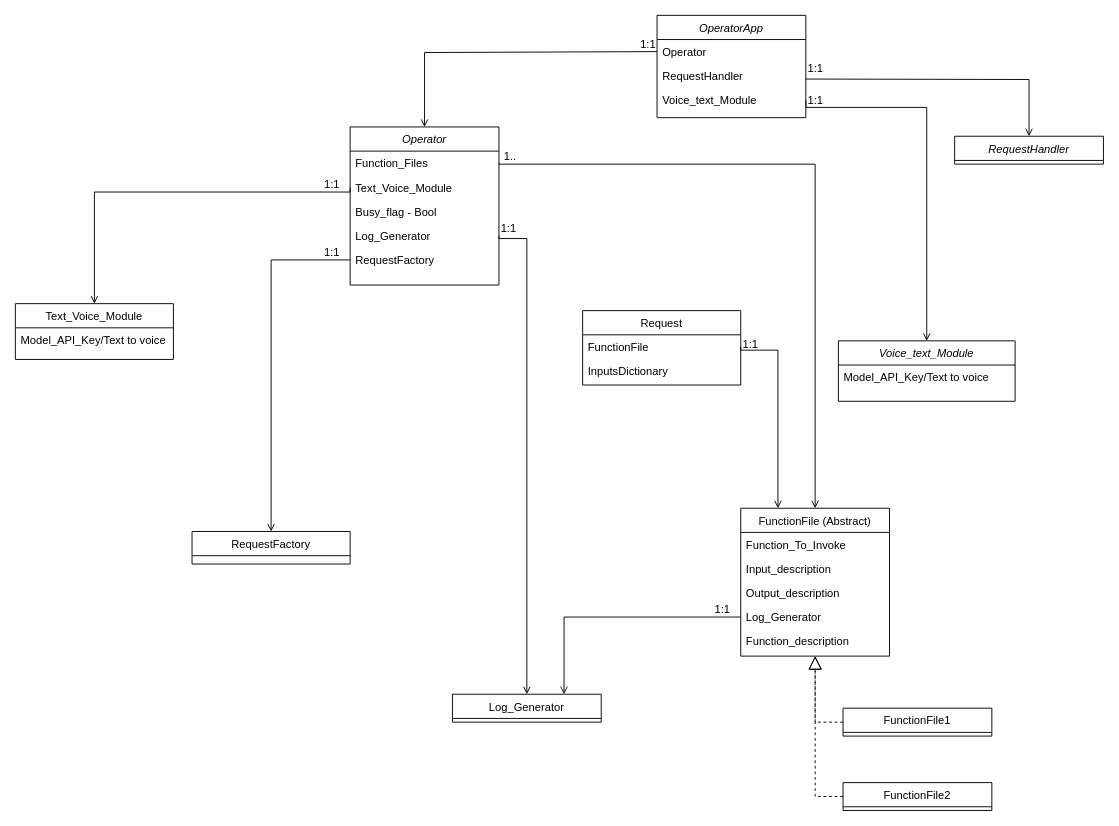
Above: Operator_class_diagram.drawio in HssainAzaqy135/Voice-Operator (draw.io), before the change. Source tidied: cells renumbered, new cells numbered last; positions are measured from the earlier drawing's top-left corner, leaving out a move shared by most shapes. Both pictures are drawn from the tidied source at 93%, with x=0, y=0 at pixel (15, 15).
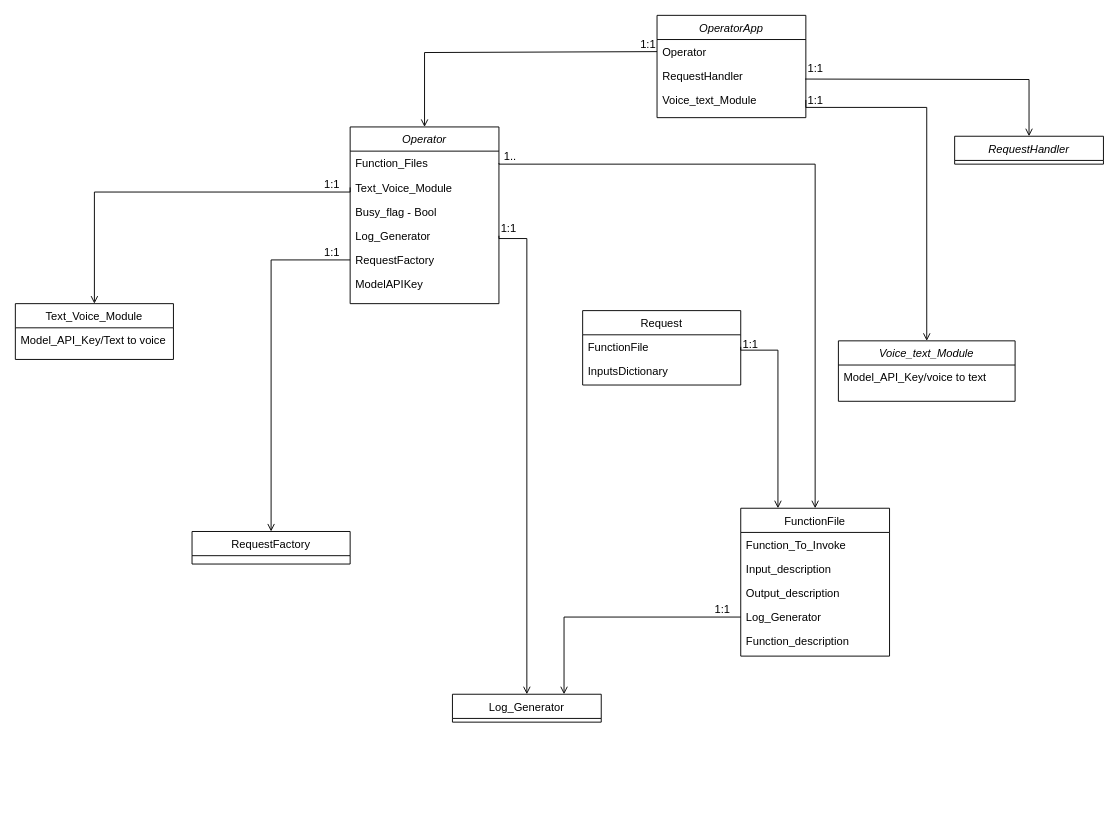
Above is the later version.

Commit message (it also covers changes not shown here):
Changed class diagram a bit

Unchanged cells that the change refers to:
```xml
<mxCell id="42" value="Voice_text_Module" style="swimlane;fontStyle=2;align=center;verticalAlign=top;horizontal=1;startSize=26;rounded=0;shadow=0;strokeWidth=1;" parent="1" vertex="1">
  <mxGeometry x="885" y="350" width="190" height="65" as="geometry" />
</mxCell>
```

Change to the diagram source:
```diff
@@
     <mxCell id="2" value="Operator" style="swimlane;fontStyle=2;align=center;verticalAlign=top;horizontal=1;startSize=26;rounded=0;shadow=0;strokeWidth=1;" parent="1" vertex="1">
-      <mxGeometry x="360" y="120" width="160" height="170" as="geometry" />
+      <mxGeometry x="360" y="120" width="160" height="190" as="geometry" />
     </mxCell>
@@
+    <mxCell id="50" value="ModelAPIKey" style="text;align=left;verticalAlign=top;spacingLeft=4;spacingRight=4;overflow=hidden;rounded=0;shadow=0;html=0;" parent="2" vertex="1">
+      <mxGeometry y="156" width="160" height="26" as="geometry" />
+    </mxCell>
@@
-    <mxCell id="11" value="FunctionFile (Abstract)" style="swimlane;fontStyle=0;align=center;verticalAlign=top;horizontal=1;startSize=26;rounded=0;shadow=0;strokeWidth=1;" parent="1" vertex="1">
+    <mxCell id="11" value="FunctionFile" style="swimlane;fontStyle=0;align=center;verticalAlign=top;horizontal=1;startSize=26;rounded=0;shadow=0;strokeWidth=1;" parent="1" vertex="1">
       <mxGeometry x="780" y="530" width="160" height="159" as="geometry" />
     </mxCell>
@@
-    <mxCell id="21" value="FunctionFile2" style="swimlane;fontStyle=0;align=center;verticalAlign=top;horizontal=1;startSize=26;rounded=0;shadow=0;strokeWidth=1;" parent="1" vertex="1">
-      <mxGeometry x="890" y="825" width="160" height="30" as="geometry" />
-    </mxCell>
-    <mxCell id="22" value="FunctionFile1" style="swimlane;fontStyle=0;align=center;verticalAlign=top;horizontal=1;startSize=26;rounded=0;shadow=0;strokeWidth=1;" parent="1" vertex="1">
-      <mxGeometry x="890" y="745" width="160" height="30" as="geometry" />
-    </mxCell>
-    <mxCell id="23" style="endArrow=block;dashed=1;endFill=0;endSize=12;html=1;rounded=0;entryX=0.5;entryY=1;entryDx=0;entryDy=0;exitX=0;exitY=0.5;exitDx=0;exitDy=0;" parent="1" edge="1" source="22" target="11">
-      <mxGeometry relative="1" as="geometry">
-        <Array as="points">
-          <mxPoint x="860" y="760" />
-        </Array>
-      </mxGeometry>
-    </mxCell>
-    <mxCell id="24" style="endArrow=block;dashed=1;endFill=0;endSize=12;html=1;rounded=0;entryX=0.5;entryY=1;entryDx=0;entryDy=0;exitX=0;exitY=0.5;exitDx=0;exitDy=0;" parent="1" edge="1" source="21" target="11">
-      <mxGeometry relative="1" as="geometry">
-        <Array as="points">
-          <mxPoint x="860" y="840" />
-        </Array>
-      </mxGeometry>
-    </mxCell>
@@
-    <mxCell id="43" value="Model_API_Key/Text to voice" style="text;align=left;verticalAlign=top;spacingLeft=4;spacingRight=4;overflow=hidden;" parent="42" vertex="1">
+    <mxCell id="43" value="Model_API_Key/voice to text" style="text;align=left;verticalAlign=top;spacingLeft=4;spacingRight=4;overflow=hidden;" parent="42" vertex="1">
       <mxGeometry y="26" width="190" height="26" as="geometry" />
     </mxCell>
```
